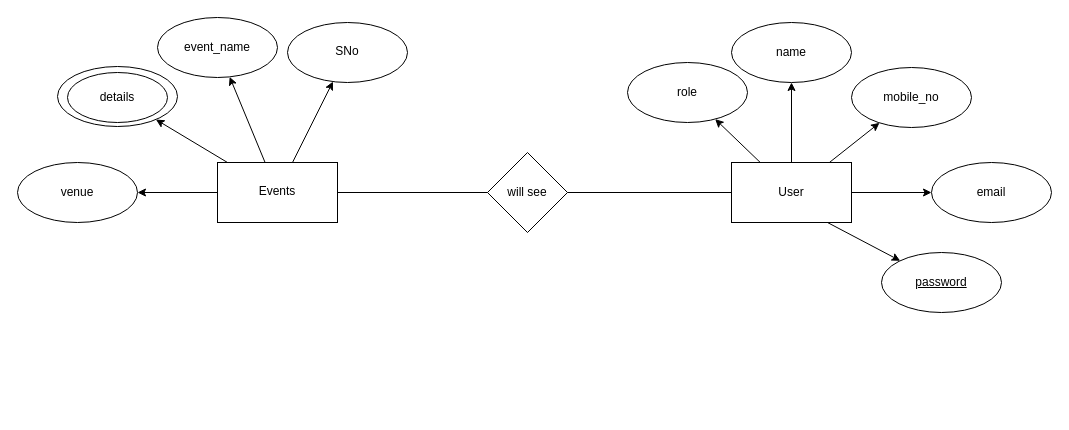
Above: Event_Management.drawio in choudhary-vaibhav/ER-Diagrams (draw.io), before the change. Source tidied: cells renumbered, new cells numbered last; positions are measured from the earlier drawing's top-left corner, leaving out a move shared by most shapes. Both pictures are drawn from the tidied source at 100%, with x=0, y=0 at pixel (17, 17).
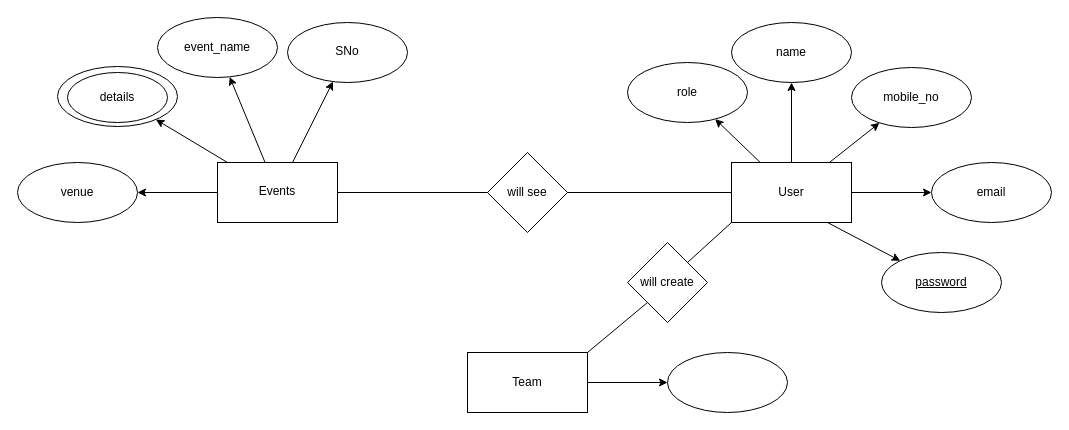
The same diagram, later.

Unchanged cells that the change refers to:
```xml
<mxCell id="6" style="rounded=0;whiteSpace=wrap;html=1;" parent="1" vertex="1">
  <mxGeometry x="714" y="145" width="120" height="60" as="geometry" />
</mxCell>
```

What changed in the source:
```diff
@@
+    <mxCell id="33" style="edgeStyle=none;rounded=0;jettySize=auto;html=1;" parent="1" edge="1" source="34" target="38">
+      <mxGeometry relative="1" as="geometry" />
+    </mxCell>
+    <mxCell id="34" value="Team" style="rounded=0;whiteSpace=wrap;html=1;" parent="1" vertex="1">
+      <mxGeometry x="450" y="335" width="120" height="60" as="geometry" />
+    </mxCell>
+    <mxCell id="35" value="will create" style="rhombus;whiteSpace=wrap;html=1;" parent="1" vertex="1">
+      <mxGeometry x="610" y="225" width="80" height="80" as="geometry" />
+    </mxCell>
+    <mxCell id="36" style="endArrow=none;html=1;rounded=0;entryX=0;entryY=1;entryDx=0;entryDy=0;exitX=1;exitY=0;exitDx=0;exitDy=0;" parent="1" edge="1" source="35" target="6">
+      <mxGeometry relative="1" as="geometry" />
+    </mxCell>
+    <mxCell id="37" style="endArrow=none;html=1;rounded=0;entryX=0;entryY=1;entryDx=0;entryDy=0;exitX=1;exitY=0;exitDx=0;exitDy=0;" parent="1" edge="1" source="34" target="35">
+      <mxGeometry relative="1" as="geometry" />
+    </mxCell>
+    <mxCell id="38" style="ellipse;whiteSpace=wrap;html=1;rounded=0;" parent="1" vertex="1">
+      <mxGeometry x="650" y="335" width="120" height="60" as="geometry" />
+    </mxCell>
```
